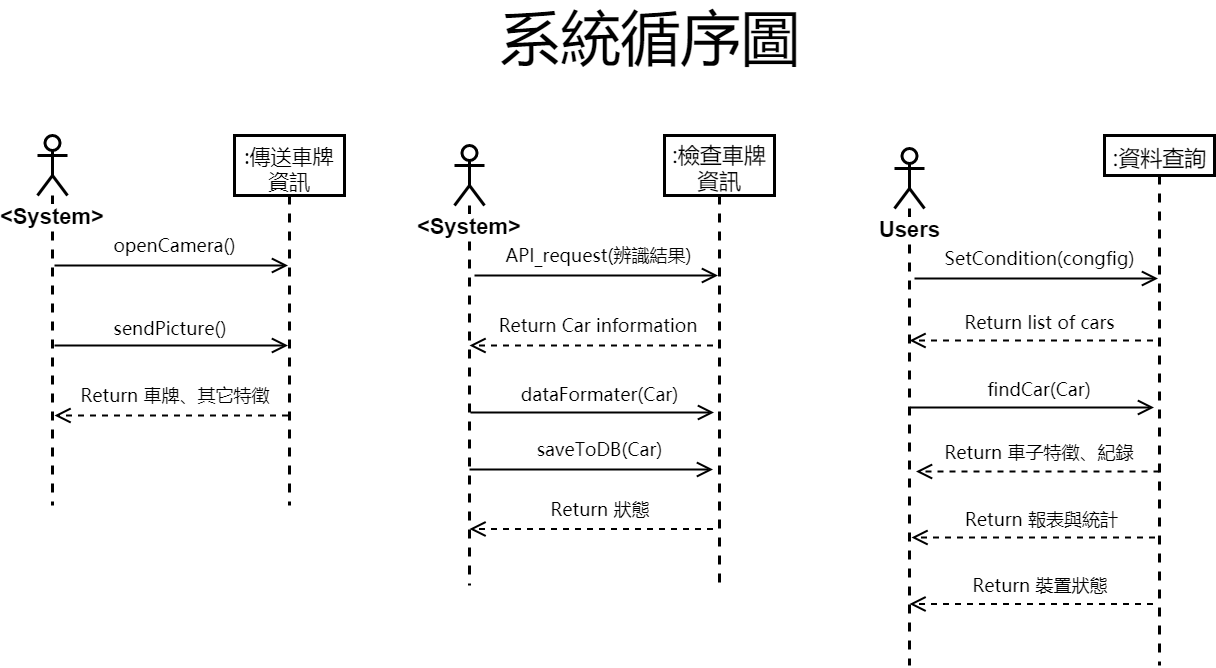
Earlier version of the draw.io export sequence_diagram.png (YoShane/OO_Assignment). Source tidied: cells renumbered, new cells last; positions are measured from the earlier drawing's top-left corner, leaving out a move shared by most shapes.
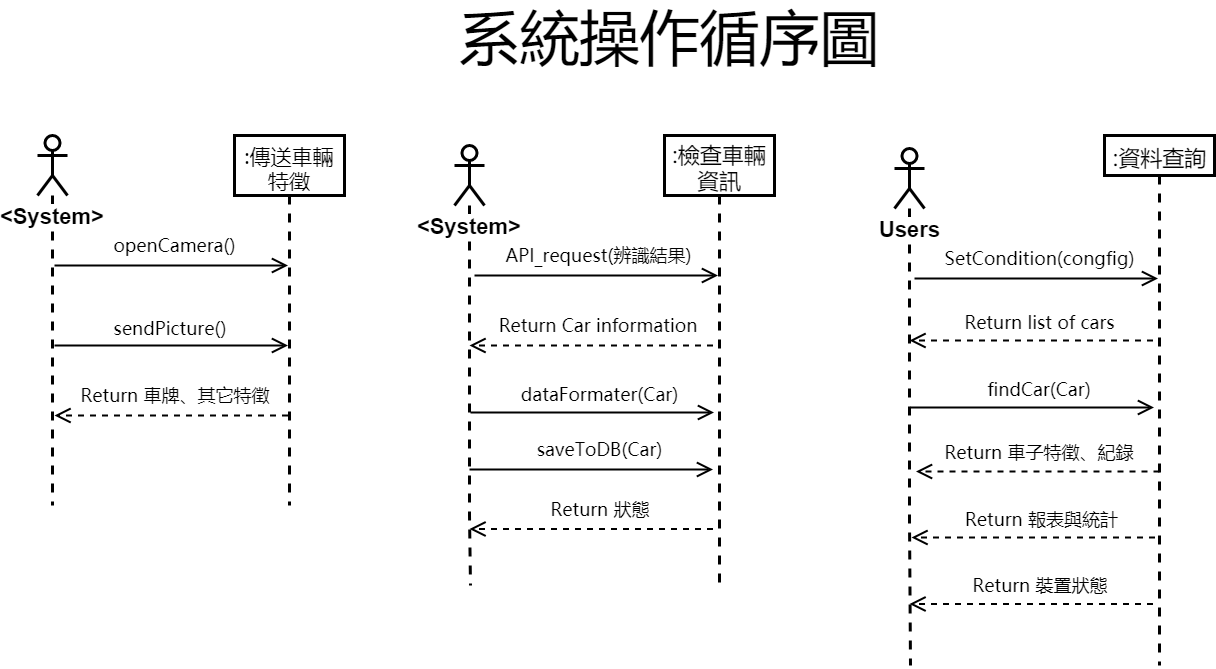
The same diagram one commit later.

What changed in the source:
```diff
@@ -2,8 +2,8 @@
   <root>
     <mxCell id="0" />
     <mxCell id="1" parent="0" />
-    <mxCell id="2" value="&lt;font style=&quot;font-size: 60px&quot;&gt;系統循序圖&lt;/font&gt;" style="text;html=1;strokeColor=none;fillColor=none;align=center;verticalAlign=middle;whiteSpace=wrap;rounded=0;fontFamily= Microsoft Yahei;fontSize=60;" parent="1" vertex="1">
-      <mxGeometry x="429" width="368" height="20" as="geometry" />
+    <mxCell id="2" value="&lt;font style=&quot;font-size: 60px&quot;&gt;系統操作循序圖&lt;/font&gt;" style="text;html=1;strokeColor=none;fillColor=none;align=center;verticalAlign=middle;whiteSpace=wrap;rounded=0;fontFamily= Microsoft Yahei;fontSize=60;" parent="1" vertex="1">
+      <mxGeometry x="397" width="470" height="20" as="geometry" />
     </mxCell>
     <mxCell id="3" style="edgeStyle=orthogonalEdgeStyle;rounded=0;jettySize=auto;html=1;strokeWidth=3;dashed=1;endArrow=none;endFill=0;" parent="1" edge="1" source="4">
       <mxGeometry relative="1" as="geometry">
@@ -13,7 +13,7 @@
     <mxCell id="4" value="&lt;font style=&quot;font-size: 22px&quot;&gt;&lt;b&gt;&amp;lt;System&amp;gt;&lt;/b&gt;&lt;/font&gt;" style="shape=umlActor;verticalLabelPosition=bottom;labelBackgroundColor=#ffffff;verticalAlign=top;html=1;strokeWidth=3;" parent="1" vertex="1">
       <mxGeometry y="110" width="30" height="60" as="geometry" />
     </mxCell>
-    <mxCell id="5" value="&lt;font style=&quot;font-size: 21px;&quot;&gt;:傳送車牌資訊&lt;/font&gt;" style="shape=umlLifeline;perimeter=lifelinePerimeter;whiteSpace=wrap;html=1;outlineConnect=0;strokeWidth=3;fontFamily= Microsoft Yahei;fontSize=21;size=60;" parent="1" vertex="1">
+    <mxCell id="5" value="&lt;font style=&quot;font-size: 21px&quot;&gt;:傳送車輛特徵&lt;/font&gt;" style="shape=umlLifeline;perimeter=lifelinePerimeter;whiteSpace=wrap;html=1;outlineConnect=0;strokeWidth=3;fontFamily= Microsoft Yahei;fontSize=21;size=60;" parent="1" vertex="1">
       <mxGeometry x="197" y="110" width="110" height="370" as="geometry" />
     </mxCell>
     <mxCell id="6" style="endArrow=open;endFill=1;endSize=12;html=1;strokeWidth=2;fontFamily= Microsoft Yahei;fontSize=18;" parent="1" edge="1" target="5">
@@ -51,7 +51,7 @@
     <mxCell id="13" value="&lt;font style=&quot;font-size: 22px&quot;&gt;&lt;b&gt;&amp;lt;System&amp;gt;&lt;/b&gt;&lt;/font&gt;" style="shape=umlActor;verticalLabelPosition=bottom;labelBackgroundColor=#ffffff;verticalAlign=top;html=1;strokeWidth=3;" parent="1" vertex="1">
       <mxGeometry x="417" y="120" width="30" height="60" as="geometry" />
     </mxCell>
-    <mxCell id="14" value="&lt;font style=&quot;font-size: 22px;&quot;&gt;:檢查車牌資訊&lt;/font&gt;" style="shape=umlLifeline;perimeter=lifelinePerimeter;whiteSpace=wrap;html=1;outlineConnect=0;strokeWidth=3;fontFamily= Microsoft Yahei;fontSize=22;size=60;" parent="1" vertex="1">
+    <mxCell id="14" value="&lt;font style=&quot;font-size: 22px&quot;&gt;:檢查車輛資訊&lt;/font&gt;" style="shape=umlLifeline;perimeter=lifelinePerimeter;whiteSpace=wrap;html=1;outlineConnect=0;strokeWidth=3;fontFamily= Microsoft Yahei;fontSize=22;size=60;" parent="1" vertex="1">
       <mxGeometry x="627" y="110" width="110" height="450" as="geometry" />
     </mxCell>
     <mxCell id="15" style="endArrow=open;endFill=1;endSize=12;html=1;strokeWidth=2;fontFamily= Microsoft Yahei;fontSize=18;" parent="1" edge="1" target="14">
```
